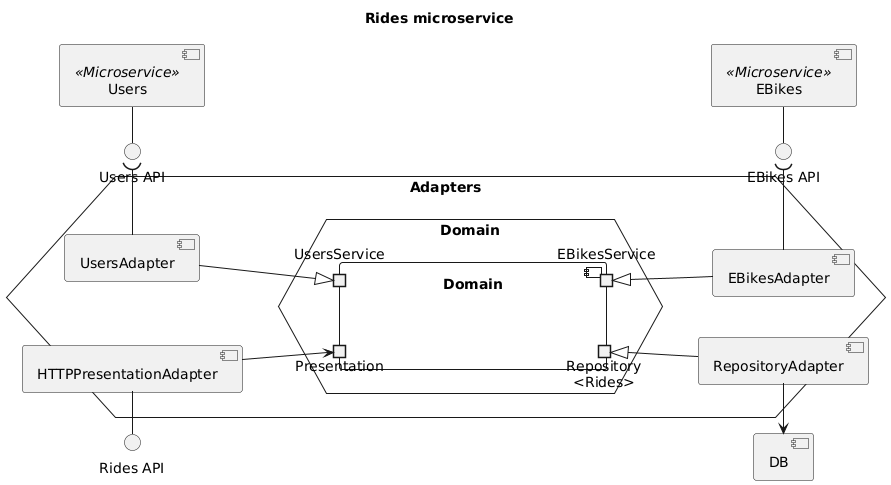
The PlantUML diagram doc/diagrams/rides-components.png in Ventus218/SAP-assignment-02, before a commit.
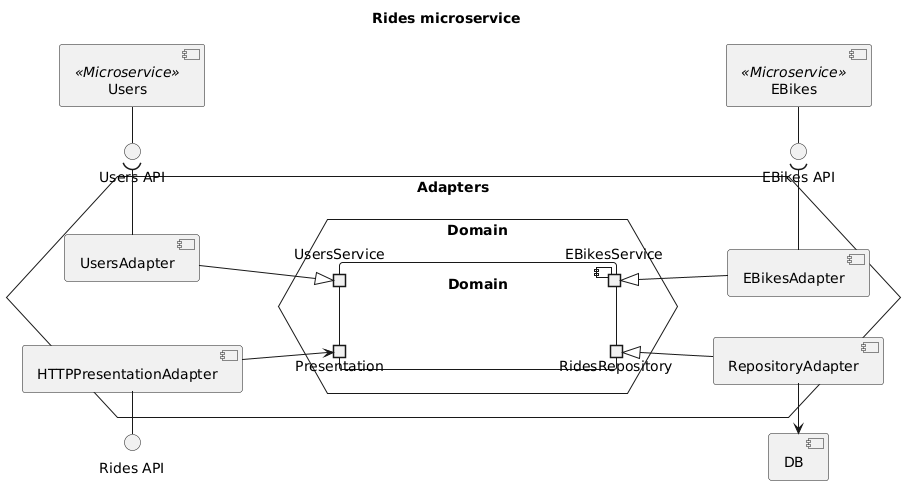
Later version of the same file.

What changed in the source:
```diff
@@ -12,7 +12,7 @@
 hexagon Adapters {
     hexagon Domain as DomainHex {
         component Domain {
-            portout "Repository\n<Rides>" as Repo
+            portout "RidesRepository" as Repo
             portin Presentation
             portin UsersService
             portout EBikesService
```
